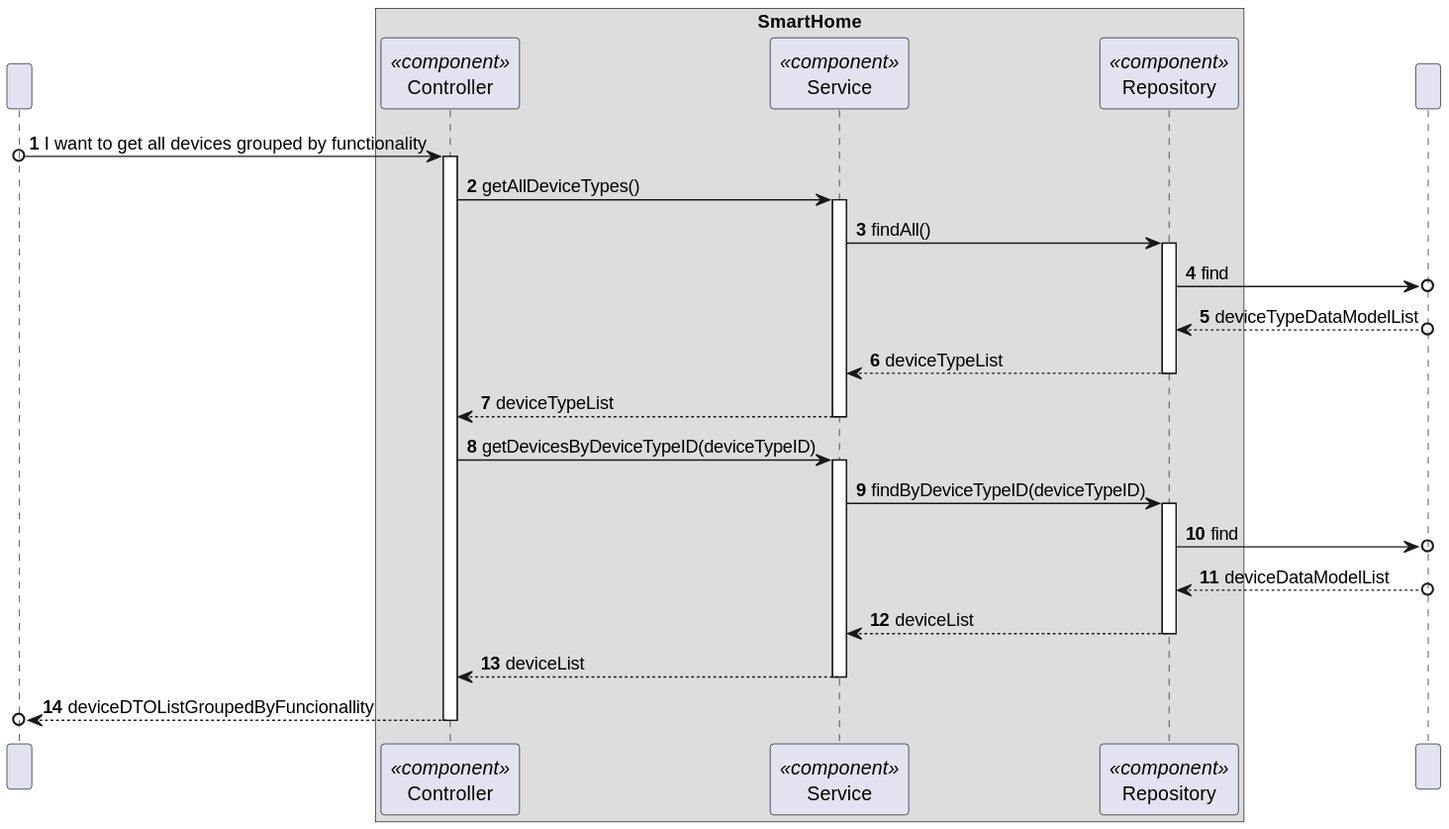
moutajDev/smarthome keeps this PlantUML diagram as docs/C4_4plus1_models/Level4/ProcessView/ProcessViewLevel4_UC09_v1.svg. Above is the earlier version.
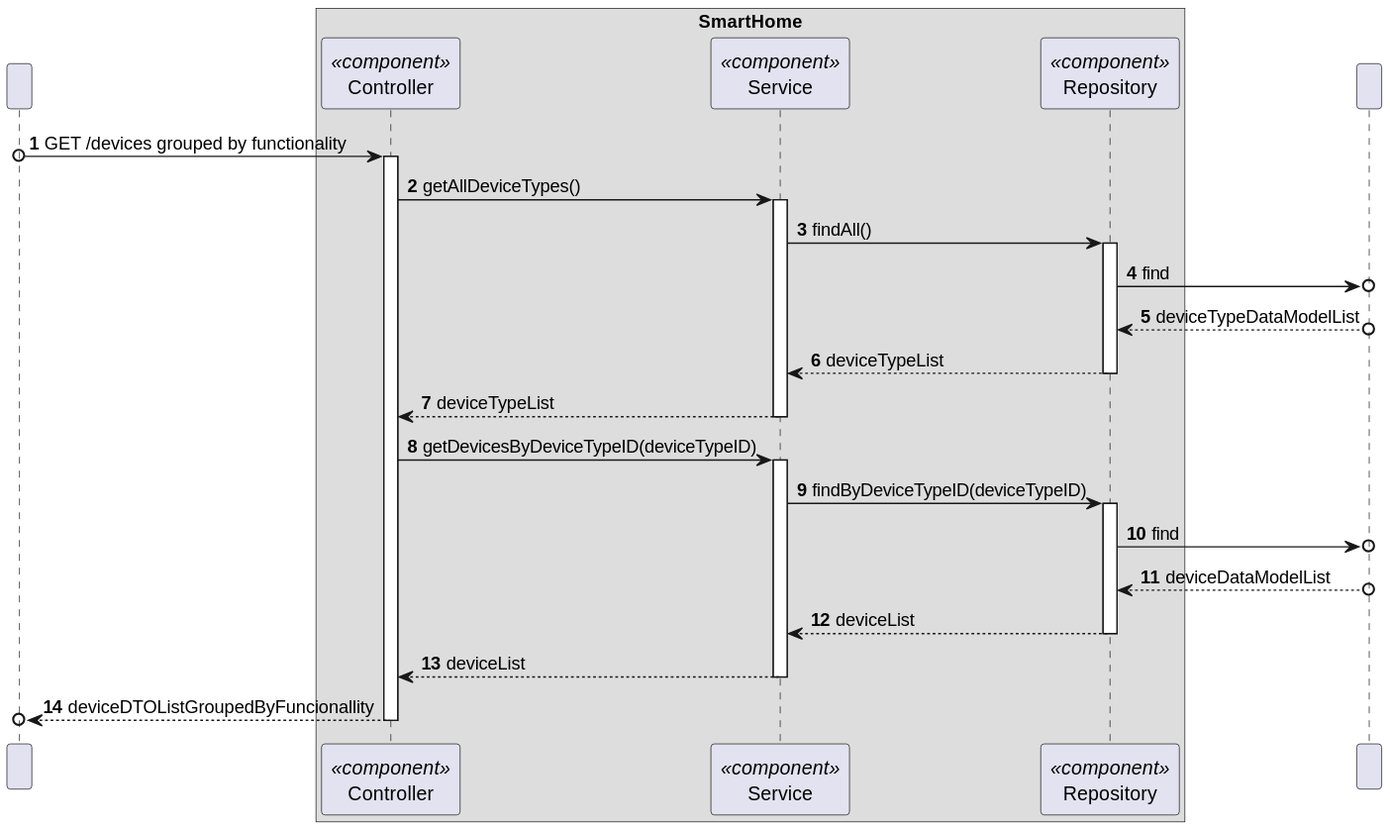
The same diagram one commit later.

Diff of the diagram source:
```diff
@@ -13,7 +13,7 @@
 participant " " as BD
 
 
-User o-> CTRL : I want to get all devices grouped by functionality
+User o-> CTRL : GET /devices grouped by functionality
 activate CTRL
 
 
```
